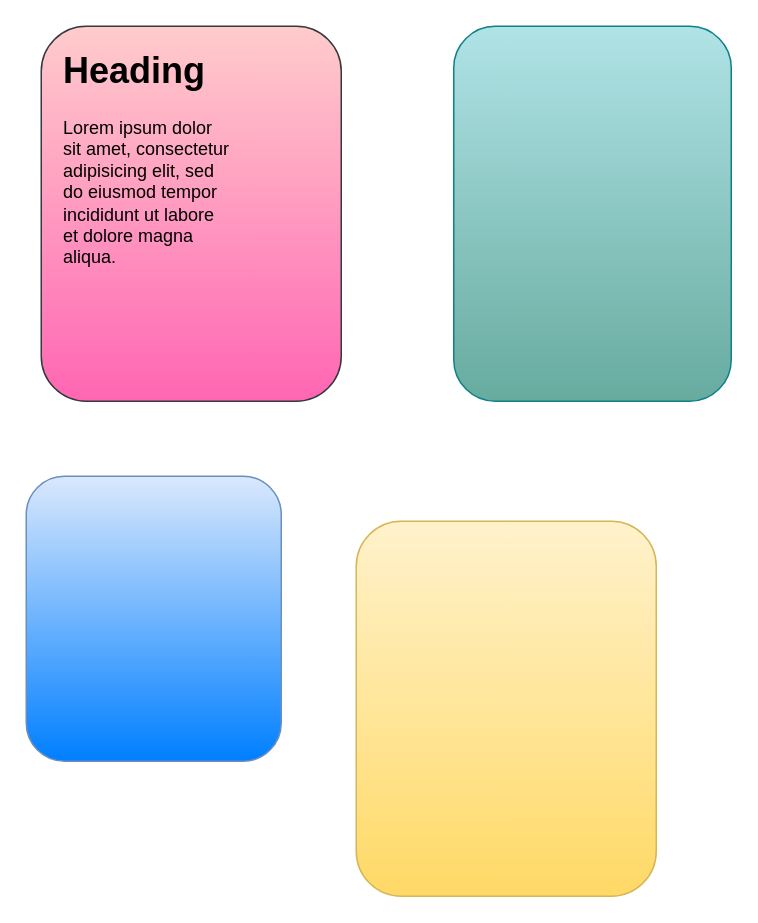
Above: UML Diagram.drawio in amyo29/Cultured-Foodies (draw.io), before the change. Source tidied: cells renumbered, new cells numbered last; positions are measured from the earlier drawing's top-left corner, leaving out a move shared by most shapes. Both pictures are drawn from the tidied source at 150%, with x=0, y=0 at pixel (26, 26).
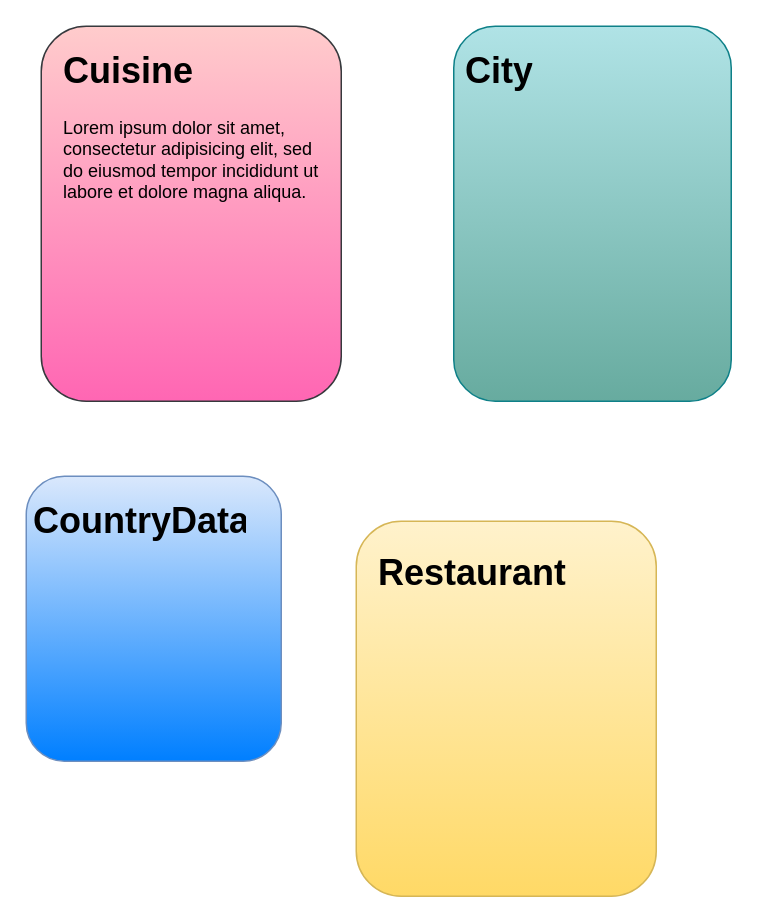
After the change.

Diff of the diagram source:
```diff
@@
 <mxGraphModel>
   <root>
     <mxCell id="0" />
     <mxCell id="1" parent="0" />
     <mxCell id="2" style="rounded=1;whiteSpace=wrap;html=1;fillColor=#ffcccc;strokeColor=#36393d;gradientColor=#FF66B3;" parent="1" vertex="1">
       <mxGeometry x="10" width="200" height="250" as="geometry" />
     </mxCell>
     <mxCell id="3" style="rounded=1;whiteSpace=wrap;html=1;fillColor=#b0e3e6;strokeColor=#0e8088;gradientColor=#67AB9F;" parent="1" vertex="1">
       <mxGeometry x="285" width="185" height="250" as="geometry" />
     </mxCell>
     <mxCell id="4" style="rounded=1;whiteSpace=wrap;html=1;fillColor=#fff2cc;strokeColor=#d6b656;gradientColor=#ffd966;" parent="1" vertex="1">
       <mxGeometry x="220" y="330" width="200" height="250" as="geometry" />
     </mxCell>
     <mxCell id="5" style="rounded=1;whiteSpace=wrap;html=1;fillColor=#dae8fc;strokeColor=#6c8ebf;gradientColor=#007FFF;" parent="1" vertex="1">
       <mxGeometry y="300" width="170" height="190" as="geometry" />
     </mxCell>
-    <mxCell id="6" value="&lt;h1&gt;Heading&lt;/h1&gt;&lt;p&gt;Lorem ipsum dolor sit amet, consectetur adipisicing elit, sed do eiusmod tempor incididunt ut labore et dolore magna aliqua.&lt;/p&gt;" style="text;html=1;strokeColor=none;fillColor=none;spacing=5;spacingTop=-20;whiteSpace=wrap;overflow=hidden;rounded=0;" parent="1" vertex="1">
-      <mxGeometry x="20" y="10" width="120" height="170" as="geometry" />
+    <mxCell id="6" value="&lt;h1&gt;Cuisine&lt;/h1&gt;&lt;p&gt;Lorem ipsum dolor sit amet, consectetur adipisicing elit, sed do eiusmod tempor incididunt ut labore et dolore magna aliqua.&lt;/p&gt;" style="text;html=1;strokeColor=none;fillColor=none;spacing=5;spacingTop=-20;whiteSpace=wrap;overflow=hidden;rounded=0;" parent="1" vertex="1">
+      <mxGeometry x="20" y="10" width="180" height="220" as="geometry" />
     </mxCell>
+    <mxCell id="7" value="&lt;h1&gt;City&lt;/h1&gt;" style="text;html=1;strokeColor=none;fillColor=none;spacing=5;spacingTop=-20;whiteSpace=wrap;overflow=hidden;rounded=0;" parent="1" vertex="1">
+      <mxGeometry x="287.5" y="10" width="180" height="220" as="geometry" />
+    </mxCell>
+    <mxCell id="8" value="&lt;h1&gt;Restaurant&lt;/h1&gt;" style="text;html=1;strokeColor=none;fillColor=none;spacing=5;spacingTop=-20;whiteSpace=wrap;overflow=hidden;rounded=0;" parent="1" vertex="1">
+      <mxGeometry x="230" y="345" width="180" height="220" as="geometry" />
+    </mxCell>
+    <mxCell id="9" value="&lt;h1&gt;CountryData&lt;/h1&gt;" style="text;html=1;strokeColor=none;fillColor=none;spacing=5;spacingTop=-20;whiteSpace=wrap;overflow=hidden;rounded=0;" parent="1" vertex="1">
+      <mxGeometry y="310" width="150" height="170" as="geometry" />
+    </mxCell>
   </root>
 </mxGraphModel>
```
